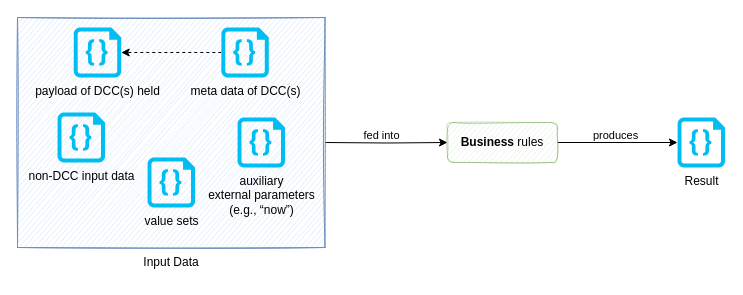
Before: docs/img/soll.drawio in dslmeinte/non-dcc-rules-prototype, a draw.io diagram. Source tidied: cells renumbered, new cells numbered last; positions are measured from the earlier drawing's top-left corner, leaving out a move shared by most shapes. Both pictures are drawn from the tidied source at 100%, with x=0, y=0 at pixel (17, 17).
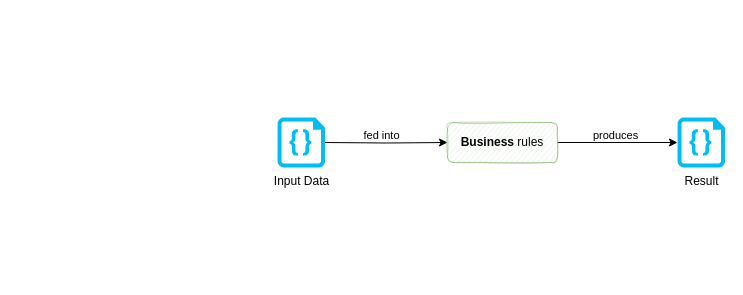
The same diagram, later.

Commit message (it also covers changes not shown here):
(improve figures a bit)

Change to the diagram source:
```diff
@@
 <mxGraphModel>
   <root>
     <mxCell id="0" />
     <mxCell id="1" parent="0" />
     <mxCell id="2" style="edgeStyle=orthogonalEdgeStyle;rounded=0;jettySize=auto;html=1;exitX=1;exitY=0.5;exitDx=0;exitDy=0;exitPerimeter=0;entryX=0;entryY=0.5;entryDx=0;entryDy=0;" parent="1" edge="1" target="6">
       <mxGeometry relative="1" as="geometry">
         <mxPoint x="307.5" y="125" as="sourcePoint" />
       </mxGeometry>
     </mxCell>
     <mxCell id="3" value="fed into" style="edgeLabel;html=1;align=center;verticalAlign=middle;" parent="2" vertex="1">
       <mxGeometry x="-0.13" relative="1" as="geometry">
         <mxPoint x="2" y="-8" as="offset" />
       </mxGeometry>
     </mxCell>
     <mxCell id="4" style="edgeStyle=orthogonalEdgeStyle;rounded=0;jettySize=auto;html=1;exitX=1;exitY=0.5;exitDx=0;exitDy=0;entryX=0;entryY=0.5;entryDx=0;entryDy=0;entryPerimeter=0;" parent="1" edge="1" source="6" target="7">
       <mxGeometry relative="1" as="geometry" />
     </mxCell>
     <mxCell id="5" value="produces" style="edgeLabel;html=1;align=center;verticalAlign=middle;" parent="4" vertex="1">
       <mxGeometry x="-0.08" y="1" relative="1" as="geometry">
         <mxPoint x="2" y="-7" as="offset" />
       </mxGeometry>
     </mxCell>
     <mxCell id="6" value="&lt;b&gt;Business&lt;/b&gt; rules" style="rounded=1;whiteSpace=wrap;html=1;fillColor=#d5e8d4;strokeColor=#82b366;sketch=1;opacity=50;" parent="1" vertex="1">
       <mxGeometry x="430" y="105" width="110" height="40" as="geometry" />
     </mxCell>
     <mxCell id="7" value="Result" style="verticalLabelPosition=bottom;html=1;verticalAlign=top;align=center;strokeColor=none;fillColor=#00BEF2;shape=mxgraph.azure.code_file;" parent="1" vertex="1">
       <mxGeometry x="660" y="100" width="47.5" height="50" as="geometry" />
     </mxCell>
-    <mxCell id="8" style="rounded=0;whiteSpace=wrap;html=1;sketch=1;fillColor=#dae8fc;strokeColor=#6c8ebf;" parent="1" vertex="1">
-      <mxGeometry width="307.5" height="230" as="geometry" />
-    </mxCell>
-    <mxCell id="9" value="payload of DCC(s) held" style="verticalLabelPosition=bottom;html=1;verticalAlign=top;align=center;strokeColor=none;fillColor=#00BEF2;shape=mxgraph.azure.code_file;" parent="1" vertex="1">
-      <mxGeometry x="56.2" y="10" width="47.5" height="50" as="geometry" />
-    </mxCell>
-    <mxCell id="10" style="edgeStyle=orthogonalEdgeStyle;rounded=0;jettySize=auto;html=1;exitX=0;exitY=0.5;exitDx=0;exitDy=0;exitPerimeter=0;entryX=1;entryY=0.5;entryDx=0;entryDy=0;entryPerimeter=0;dashed=1;" parent="1" edge="1" source="11" target="9">
-      <mxGeometry relative="1" as="geometry" />
-    </mxCell>
-    <mxCell id="11" value="meta data of DCC(s)" style="verticalLabelPosition=bottom;html=1;verticalAlign=top;align=center;strokeColor=none;fillColor=#00BEF2;shape=mxgraph.azure.code_file;" parent="1" vertex="1">
-      <mxGeometry x="203.8" y="10" width="47.5" height="50" as="geometry" />
-    </mxCell>
-    <mxCell id="12" value="non-DCC input data" style="verticalLabelPosition=bottom;html=1;verticalAlign=top;align=center;strokeColor=none;fillColor=#00BEF2;shape=mxgraph.azure.code_file;" parent="1" vertex="1">
-      <mxGeometry x="40" y="95" width="47.5" height="50" as="geometry" />
-    </mxCell>
-    <mxCell id="13" value="value sets" style="verticalLabelPosition=bottom;html=1;verticalAlign=top;align=center;strokeColor=none;fillColor=#00BEF2;shape=mxgraph.azure.code_file;" parent="1" vertex="1">
-      <mxGeometry x="130" y="140" width="47.5" height="50" as="geometry" />
-    </mxCell>
-    <mxCell id="14" value="auxiliary&lt;br&gt;external parameters&lt;br&gt;(e.g., “now”)" style="verticalLabelPosition=bottom;html=1;verticalAlign=top;align=center;strokeColor=none;fillColor=#00BEF2;shape=mxgraph.azure.code_file;" parent="1" vertex="1">
-      <mxGeometry x="220" y="100" width="47.5" height="50" as="geometry" />
-    </mxCell>
-    <mxCell id="15" value="Input Data" style="text;html=1;strokeColor=none;fillColor=none;align=center;verticalAlign=middle;whiteSpace=wrap;rounded=0;" parent="1" vertex="1">
-      <mxGeometry x="123.8" y="230" width="60" height="30" as="geometry" />
+    <mxCell id="15" value="Input Data" style="verticalLabelPosition=bottom;html=1;verticalAlign=top;align=center;strokeColor=none;fillColor=#00BEF2;shape=mxgraph.azure.code_file;" parent="1" vertex="1">
+      <mxGeometry x="260" y="100" width="47.5" height="50" as="geometry" />
     </mxCell>
   </root>
 </mxGraphModel>
```
